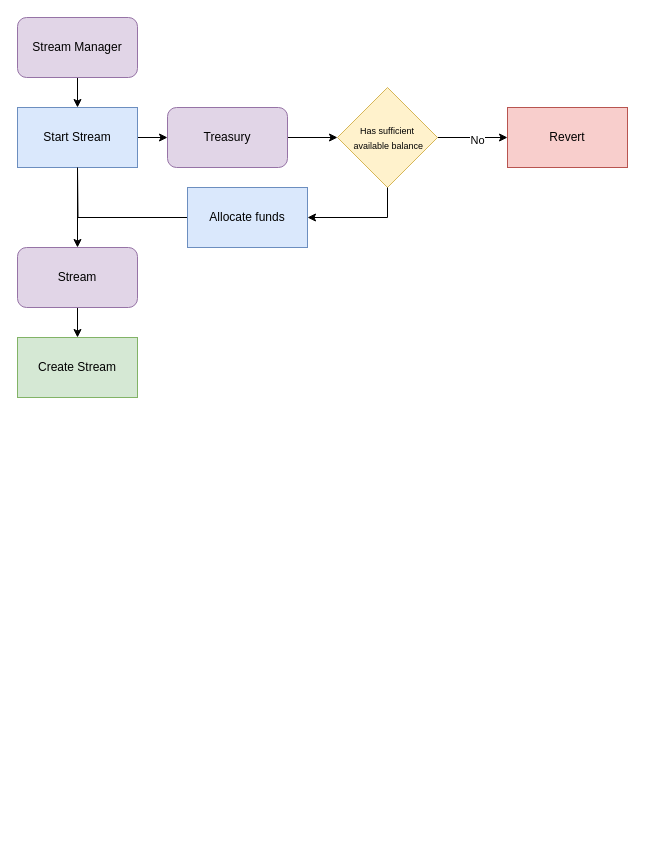
The draw.io diagram page "Stream Manager" (2 of 4) of Untitled Diagram.drawio in amadeobrands/YetiRoll, before the edit. Source tidied: cells renumbered, new cells numbered last; positions are measured from the earlier drawing's top-left corner, leaving out a move shared by most shapes. Both pictures are drawn from the tidied source at 100%, with x=0, y=0 at pixel (17, 17).
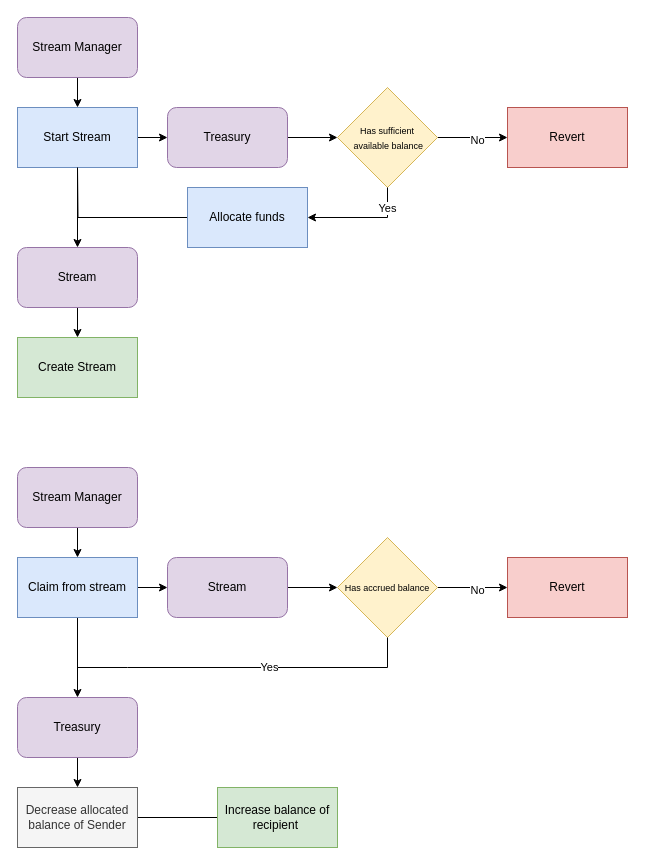
The same diagram, later.

The change refers to these unchanged cells:
```xml
<mxCell id="17" style="edgeStyle=orthogonalEdgeStyle;rounded=0;jettySize=auto;html=1;endArrow=classic;endFill=1;" parent="1" edge="1" source="12" target="16">
  <mxGeometry relative="1" as="geometry">
    <Array as="points">
      <mxPoint x="370" y="200" />
    </Array>
  </mxGeometry>
</mxCell>
```

What changed in the source:
```diff
@@
+    <mxCell id="19" value="Yes" style="edgeLabel;html=1;align=center;verticalAlign=middle;" parent="17" vertex="1">
+      <mxGeometry x="-0.64" y="-1" relative="1" as="geometry" />
+    </mxCell>
@@
+    <mxCell id="20" style="edgeStyle=orthogonalEdgeStyle;rounded=0;jettySize=auto;html=1;" parent="1" edge="1" source="22" target="24">
+      <mxGeometry relative="1" as="geometry" />
+    </mxCell>
+    <mxCell id="21" style="edgeStyle=none;rounded=0;jettySize=auto;html=1;endArrow=classic;endFill=1;strokeColor=#000000;" parent="1" edge="1" source="22">
+      <mxGeometry relative="1" as="geometry">
+        <mxPoint x="60" y="680" as="targetPoint" />
+      </mxGeometry>
+    </mxCell>
+    <mxCell id="22" value="Claim from stream" style="rounded=0;whiteSpace=wrap;html=1;fillColor=#dae8fc;strokeColor=#6c8ebf;" parent="1" vertex="1">
+      <mxGeometry y="540" width="120" height="60" as="geometry" />
+    </mxCell>
+    <mxCell id="23" style="edgeStyle=orthogonalEdgeStyle;rounded=0;jettySize=auto;html=1;" parent="1" edge="1" source="24" target="29">
+      <mxGeometry relative="1" as="geometry" />
+    </mxCell>
+    <mxCell id="24" value="Stream" style="rounded=1;whiteSpace=wrap;html=1;fillColor=#e1d5e7;strokeColor=#9673a6;" parent="1" vertex="1">
+      <mxGeometry x="150" y="540" width="120" height="60" as="geometry" />
+    </mxCell>
+    <mxCell id="25" style="edgeStyle=orthogonalEdgeStyle;rounded=0;jettySize=auto;html=1;" parent="1" edge="1" source="26" target="22">
+      <mxGeometry relative="1" as="geometry" />
+    </mxCell>
+    <mxCell id="26" value="Stream Manager" style="rounded=1;whiteSpace=wrap;html=1;fillColor=#e1d5e7;strokeColor=#9673a6;" parent="1" vertex="1">
+      <mxGeometry y="450" width="120" height="60" as="geometry" />
+    </mxCell>
+    <mxCell id="27" style="edgeStyle=orthogonalEdgeStyle;rounded=0;jettySize=auto;html=1;" parent="1" edge="1" source="29" target="30">
+      <mxGeometry relative="1" as="geometry" />
+    </mxCell>
+    <mxCell id="28" value="No" style="edgeLabel;html=1;align=center;verticalAlign=middle;" parent="27" vertex="1">
+      <mxGeometry x="0.11" y="-2" relative="1" as="geometry" />
+    </mxCell>
+    <mxCell id="29" value="&lt;font style=&quot;font-size: 9px&quot;&gt;Has accrued&amp;nbsp;balance&lt;/font&gt;" style="rhombus;whiteSpace=wrap;html=1;rounded=0;fillColor=#fff2cc;strokeColor=#d6b656;" parent="1" vertex="1">
+      <mxGeometry x="320" y="520" width="100" height="100" as="geometry" />
+    </mxCell>
+    <mxCell id="30" value="Revert" style="whiteSpace=wrap;html=1;rounded=0;strokeColor=#b85450;fillColor=#f8cecc;" parent="1" vertex="1">
+      <mxGeometry x="490" y="540" width="120" height="60" as="geometry" />
+    </mxCell>
+    <mxCell id="31" style="edgeStyle=none;rounded=0;jettySize=auto;html=1;endArrow=classic;endFill=1;strokeColor=#000000;" parent="1" edge="1" source="32">
+      <mxGeometry relative="1" as="geometry">
+        <mxPoint x="60" y="770" as="targetPoint" />
+      </mxGeometry>
+    </mxCell>
+    <mxCell id="32" value="Treasury" style="rounded=1;whiteSpace=wrap;html=1;fillColor=#e1d5e7;strokeColor=#9673a6;" parent="1" vertex="1">
+      <mxGeometry y="680" width="120" height="60" as="geometry" />
+    </mxCell>
+    <mxCell id="33" style="edgeStyle=orthogonalEdgeStyle;rounded=0;jettySize=auto;html=1;endArrow=none;endFill=0;" parent="1" edge="1" source="29">
+      <mxGeometry relative="1" as="geometry">
+        <mxPoint x="60" y="640" as="targetPoint" />
+        <Array as="points">
+          <mxPoint x="370" y="650" />
+          <mxPoint x="110" y="650" />
+          <mxPoint x="60" y="650" />
+        </Array>
+      </mxGeometry>
+    </mxCell>
+    <mxCell id="34" value="Yes" style="edgeLabel;html=1;align=center;verticalAlign=middle;" parent="33" vertex="1">
+      <mxGeometry x="-0.15" y="-1" relative="1" as="geometry" />
+    </mxCell>
+    <mxCell id="35" style="edgeStyle=none;rounded=0;jettySize=auto;html=1;endArrow=none;endFill=0;strokeColor=#000000;" parent="1" edge="1" source="36" target="37">
+      <mxGeometry relative="1" as="geometry" />
+    </mxCell>
+    <mxCell id="36" value="Decrease allocated balance of Sender" style="rounded=0;whiteSpace=wrap;html=1;fillColor=#f5f5f5;strokeColor=#666666;fontColor=#333333;" parent="1" vertex="1">
+      <mxGeometry y="770" width="120" height="60" as="geometry" />
+    </mxCell>
+    <mxCell id="37" value="Increase balance of recipient&amp;nbsp;" style="rounded=0;whiteSpace=wrap;html=1;fillColor=#d5e8d4;strokeColor=#82b366;" parent="1" vertex="1">
+      <mxGeometry x="200" y="770" width="120" height="60" as="geometry" />
+    </mxCell>
```
